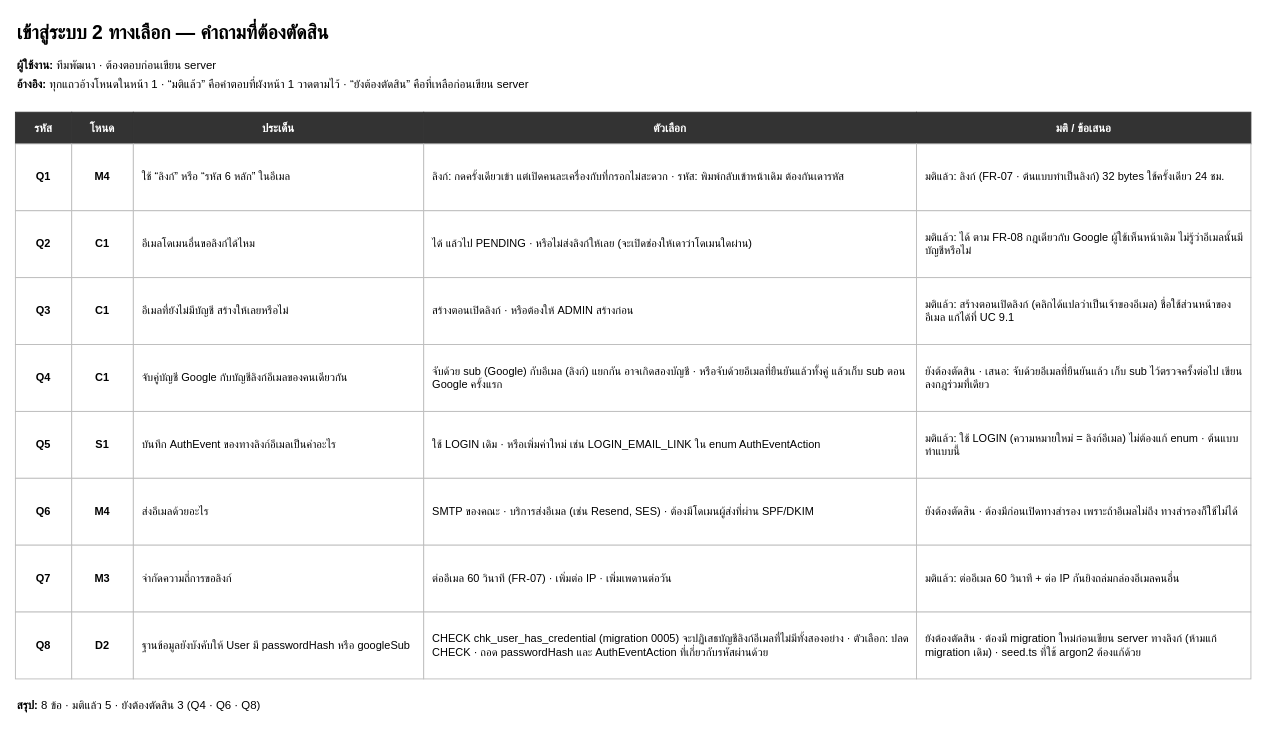
SIET-KMITL-INCEPTIO/CMAS-CLO keeps this draw.io diagram as page "2 · คำถามที่ต้องตัดสิน" (3 of 3) of docs/diagrams/flowchart/CMAS-Flowchart-AuthMethods.drawio. Above is the earlier version. Source tidied: cells renumbered, new cells numbered last; positions are measured from the earlier drawing's top-left corner, leaving out a move shared by most shapes. Both pictures are drawn from the tidied source at 88%, with x=0, y=0 at pixel (15, 15).
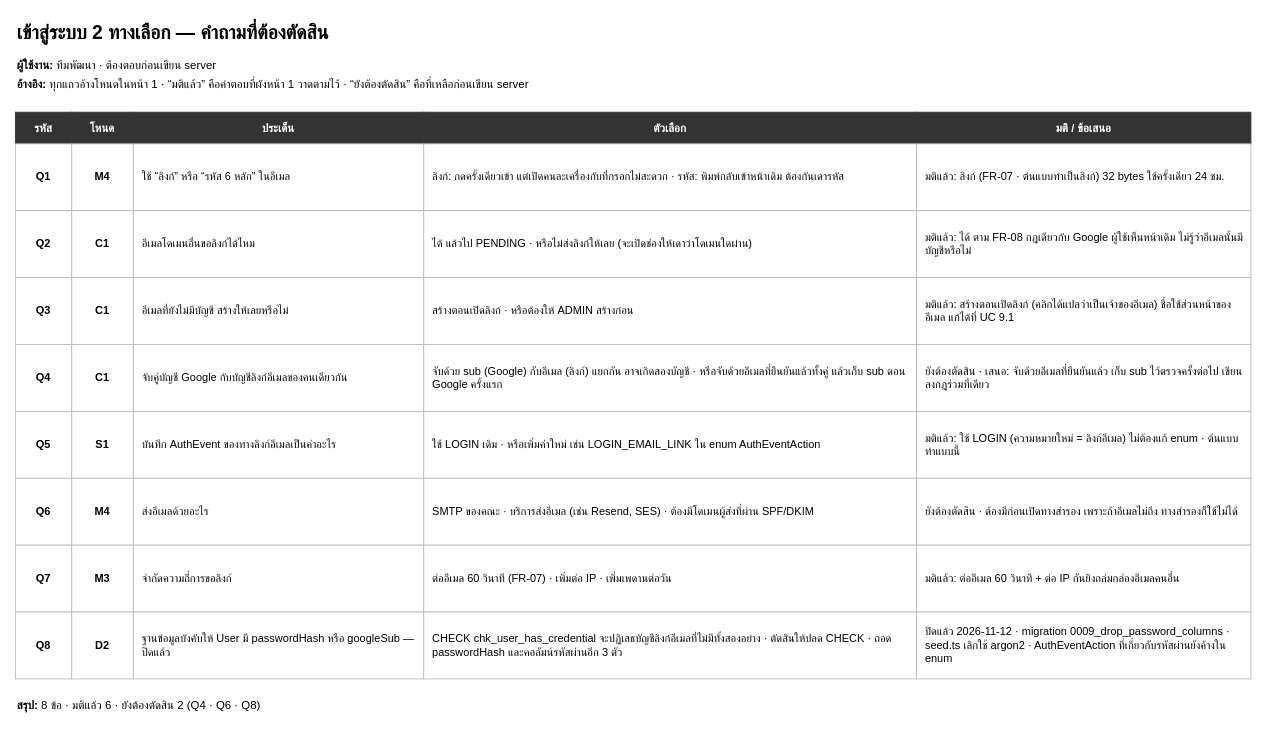
The same diagram, later.

The edit, as a diff of the source:
```diff
@@
-    <mxCell id="47" value="ฐานข้อมูลยังบังคับให้ User มี passwordHash หรือ googleSub" style="whiteSpace=wrap;html=1;fillColor=#FFFFFF;strokeColor=#BBBBBB;align=left;verticalAlign=middle;spacingLeft=8;spacingRight=6;fontSize=12.5;" parent="1" vertex="1">
+    <mxCell id="47" value="ฐานข้อมูลบังคับให้ User มี passwordHash หรือ googleSub — ปิดแล้ว" style="whiteSpace=wrap;html=1;fillColor=#FFFFFF;strokeColor=#BBBBBB;align=left;verticalAlign=middle;spacingLeft=8;spacingRight=6;fontSize=12.5;" parent="1" vertex="1">
       <mxGeometry x="134" y="678" width="330" height="76" as="geometry" />
     </mxCell>
-    <mxCell id="48" value="CHECK chk_user_has_credential (migration 0005) จะปฏิเสธบัญชีลิงก์อีเมลที่ไม่มีทั้งสองอย่าง · ตัวเลือก: ปลด CHECK · ถอด passwordHash และ AuthEventAction ที่เกี่ยวกับรหัสผ่านด้วย" style="whiteSpace=wrap;html=1;fillColor=#FFFFFF;strokeColor=#BBBBBB;align=left;verticalAlign=middle;spacingLeft=8;spacingRight=6;fontSize=12.5;" parent="1" vertex="1">
+    <mxCell id="48" value="CHECK chk_user_has_credential จะปฏิเสธบัญชีลิงก์อีเมลที่ไม่มีทั้งสองอย่าง · ตัดสินให้ปลด CHECK · ถอด passwordHash และคอลัมน์รหัสผ่านอีก 3 ตัว" style="whiteSpace=wrap;html=1;fillColor=#FFFFFF;strokeColor=#BBBBBB;align=left;verticalAlign=middle;spacingLeft=8;spacingRight=6;fontSize=12.5;" parent="1" vertex="1">
       <mxGeometry x="464" y="678" width="560" height="76" as="geometry" />
     </mxCell>
-    <mxCell id="49" value="ยังต้องตัดสิน · ต้องมี migration ใหม่ก่อนเขียน server ทางลิงก์ (ห้ามแก้ migration เดิม) · seed.ts ที่ใช้ argon2 ต้องแก้ด้วย" style="whiteSpace=wrap;html=1;fillColor=#FFFFFF;strokeColor=#BBBBBB;align=left;verticalAlign=middle;spacingLeft=8;spacingRight=6;fontSize=12.5;" parent="1" vertex="1">
+    <mxCell id="49" value="ปิดแล้ว 2026-11-12 · migration 0009_drop_password_columns · seed.ts เลิกใช้ argon2 · AuthEventAction ที่เกี่ยวกับรหัสผ่านยังค้างใน enum" style="whiteSpace=wrap;html=1;fillColor=#FFFFFF;strokeColor=#BBBBBB;align=left;verticalAlign=middle;spacingLeft=8;spacingRight=6;fontSize=12.5;" parent="1" vertex="1">
       <mxGeometry x="1024" y="678" width="380" height="76" as="geometry" />
     </mxCell>
-    <mxCell id="50" value="&lt;b&gt;สรุป:&lt;/b&gt; 8 ข้อ · มติแล้ว 5 · ยังต้องตัดสิน 3 (Q4 · Q6 · Q8)" style="text;html=1;whiteSpace=wrap;align=left;verticalAlign=top;fontSize=13;" parent="1" vertex="1">
+    <mxCell id="50" value="&lt;b&gt;สรุป:&lt;/b&gt; 8 ข้อ · มติแล้ว 6 · ยังต้องตัดสิน 2 (Q4 · Q6 · Q8)" style="text;html=1;whiteSpace=wrap;align=left;verticalAlign=top;fontSize=13;" parent="1" vertex="1">
       <mxGeometry y="770" width="1300" height="24" as="geometry" />
     </mxCell>
```
